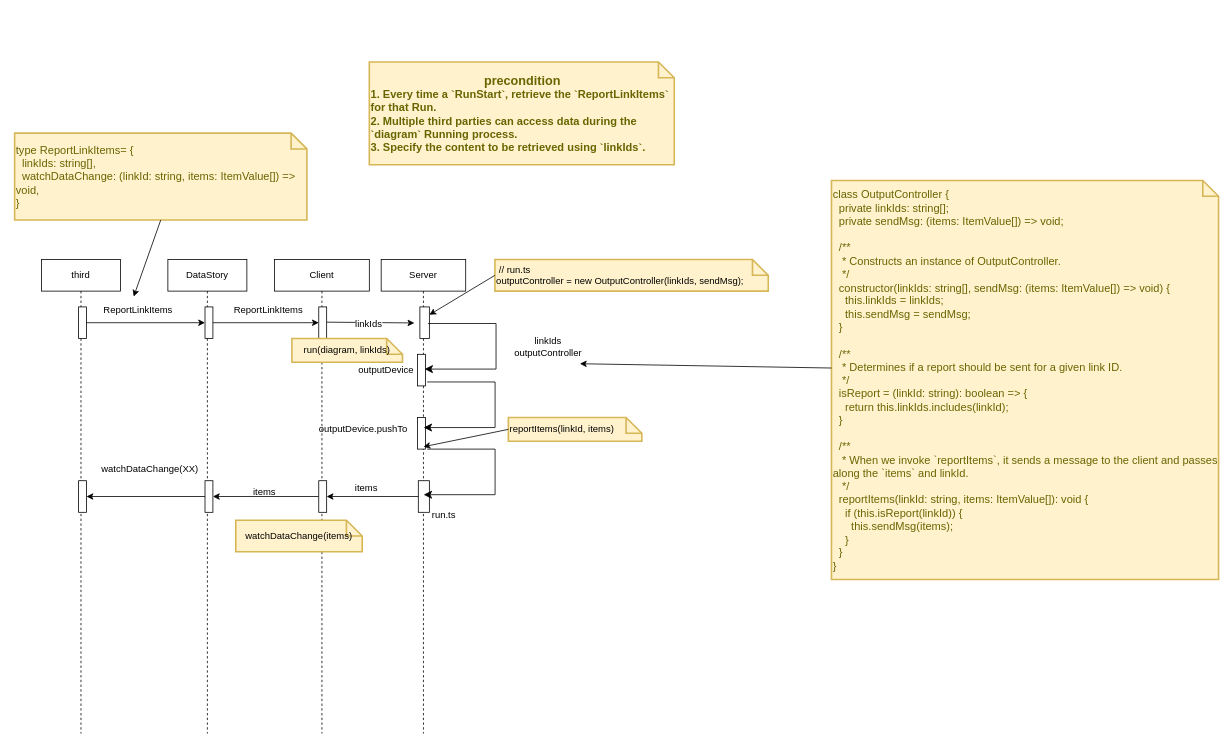
stone-lyl/assets keeps this draw.io diagram as page "Page-2" (2 of 2) of TableComponent.drawio. Above is the earlier version. Source tidied: cells renumbered, new cells numbered last; positions are measured from the earlier drawing's top-left corner, leaving out a move shared by most shapes. Both pictures are drawn from the tidied source at 79%, with x=0, y=0 at pixel (14, 62).
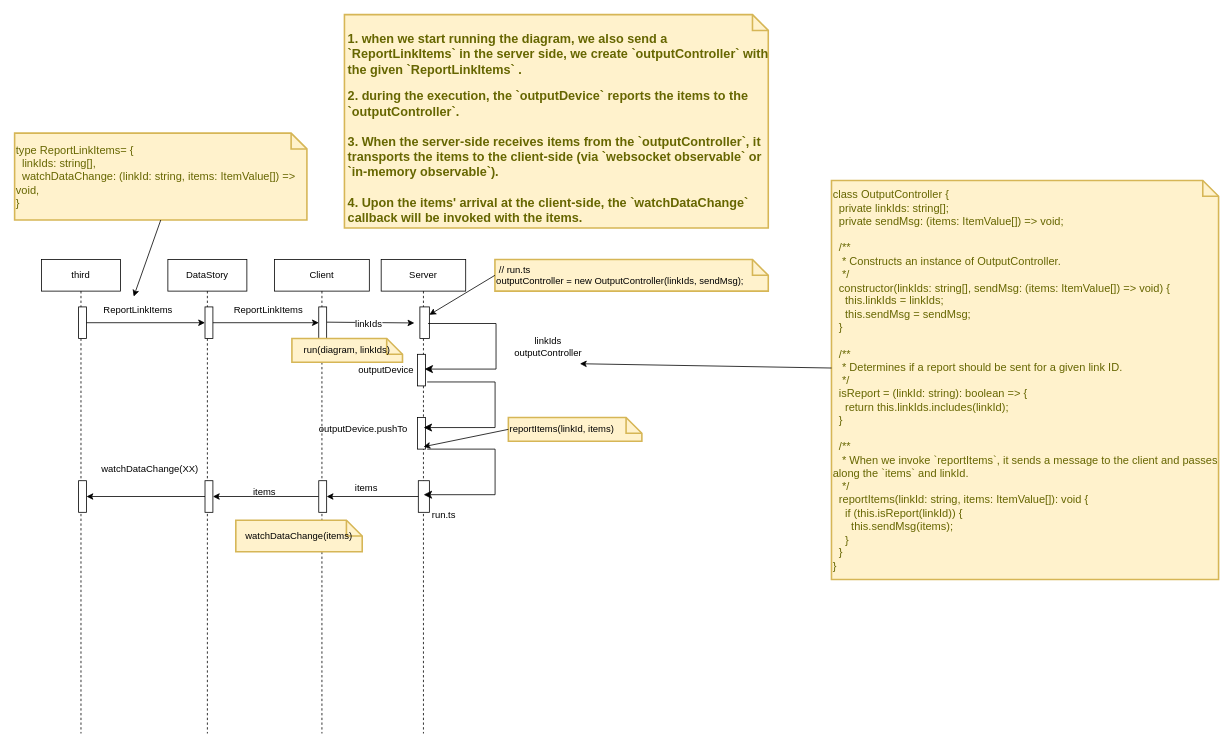
Above is the later version.

Change to the diagram source:
```diff
@@
-    <mxCell id="47" value="&lt;div style=&quot;text-align: center;&quot;&gt;&lt;font style=&quot;font-size: 16px;&quot;&gt;precondition&lt;/font&gt;&lt;br&gt;&lt;/div&gt;&lt;div&gt;1. Every time a `RunStart`, retrieve the `ReportLinkItems` for that Run.&lt;/div&gt;&lt;div&gt;2. Multiple third parties can access data during the `diagram` Running process.&lt;/div&gt;&lt;div&gt;3. Specify the content to be retrieved using `linkIds`.&lt;/div&gt;" style="shape=note;strokeWidth=2;fontSize=14;size=20;whiteSpace=wrap;html=1;fillColor=#fff2cc;strokeColor=#d6b656;fontColor=#666600;fontStyle=1;align=left;" parent="1" vertex="1">
-      <mxGeometry x="449" width="386" height="130" as="geometry" />
+    <mxCell id="47" value="&lt;pre&gt;&lt;span style=&quot;background-color: initial; font-size: 16px; font-family: Helvetica; white-space: normal;&quot;&gt;1. when we start running the diagram, we also send a `ReportLinkItems` in the server side, we create `outputController` with the given `ReportLinkItems` .&lt;/span&gt;&lt;br&gt;&lt;/pre&gt;&lt;span style=&quot;font-size: 16px; background-color: initial;&quot;&gt;2. during the execution, the `outputDevice` reports the items to the `outputController`.&lt;/span&gt;&lt;div&gt;&lt;span style=&quot;font-size: 16px;&quot;&gt;&lt;br&gt;&lt;/span&gt;&lt;span style=&quot;font-size: 16px; background-color: initial;&quot;&gt;3. When the server-side receives items from the `outputController`, it transports the items to the client-side (via `websocket observable` or `in-memory observable`).&lt;/span&gt;&lt;br&gt;&lt;div style=&quot;font-size: 16px;&quot;&gt;&lt;div&gt;&lt;span style=&quot;&quot;&gt;&lt;br&gt;&lt;/span&gt;&lt;/div&gt;&lt;div&gt;&lt;span style=&quot;&quot;&gt;4. Upon the items' arrival at the client-side, the `watchDataChange` callback will be invoked with the items.&lt;/span&gt;&lt;/div&gt;&lt;/div&gt;&lt;/div&gt;" style="shape=note;strokeWidth=2;fontSize=14;size=20;whiteSpace=wrap;html=1;fillColor=#fff2cc;strokeColor=#d6b656;fontColor=#666600;fontStyle=1;align=left;verticalAlign=top;horizontal=1;spacingTop=0;spacing=2;spacingLeft=2;" parent="1" vertex="1">
+      <mxGeometry x="417.5" y="-60" width="536.5" height="270" as="geometry" />
     </mxCell>
```
